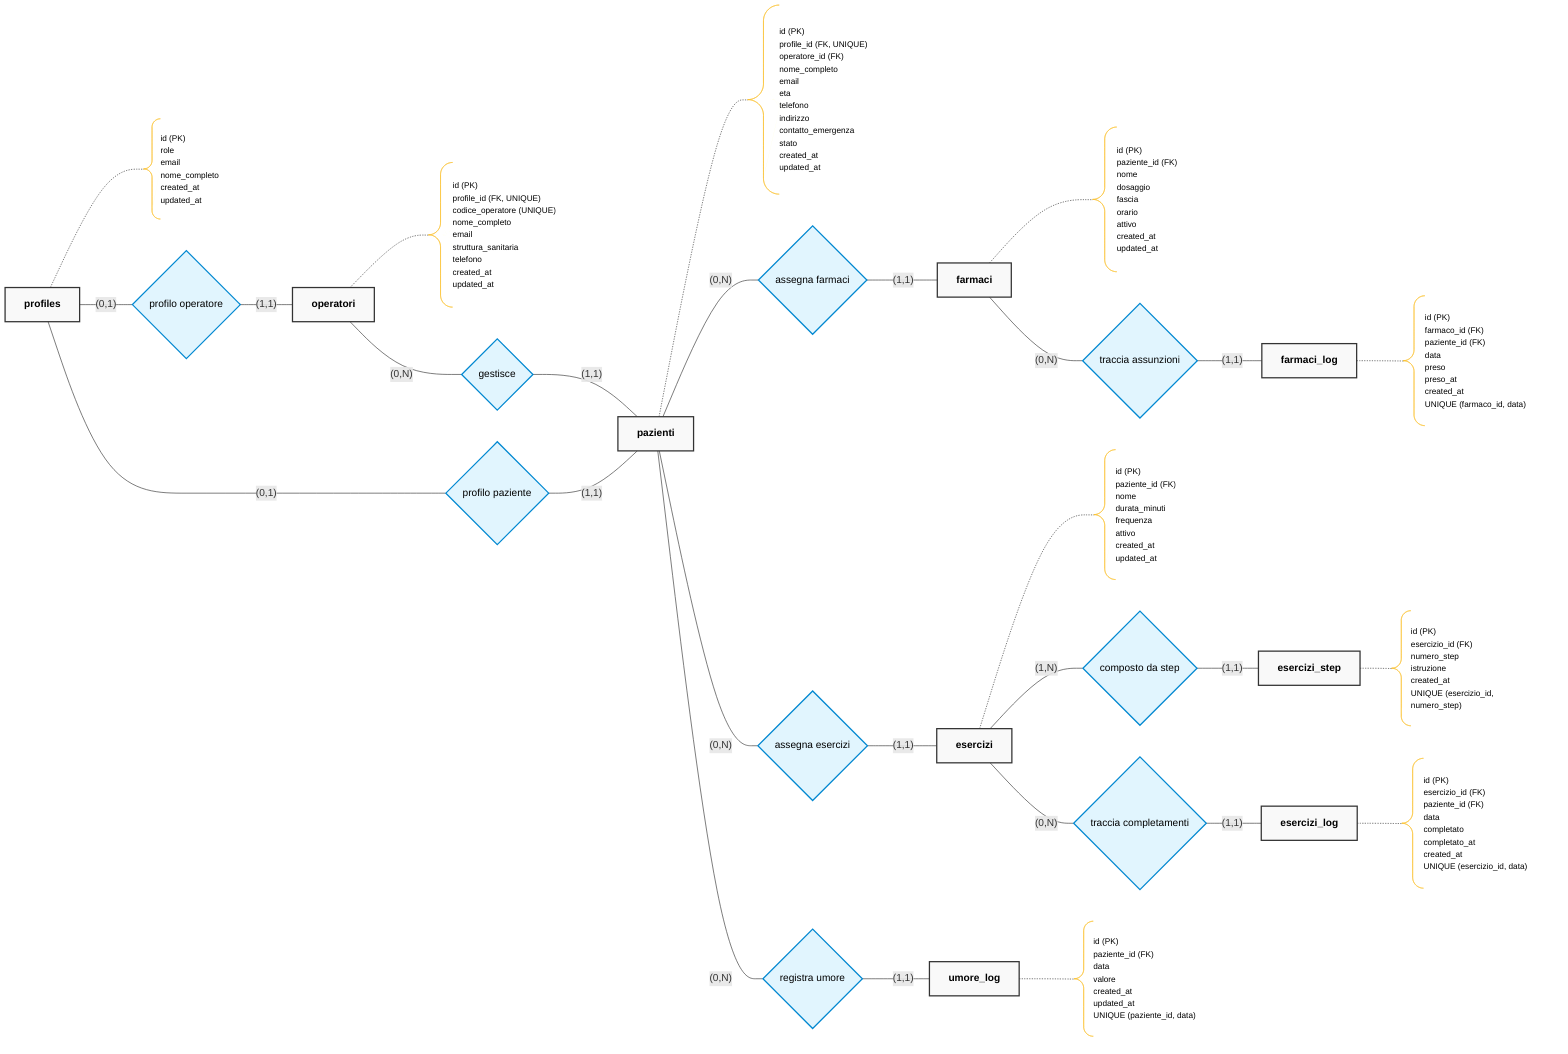
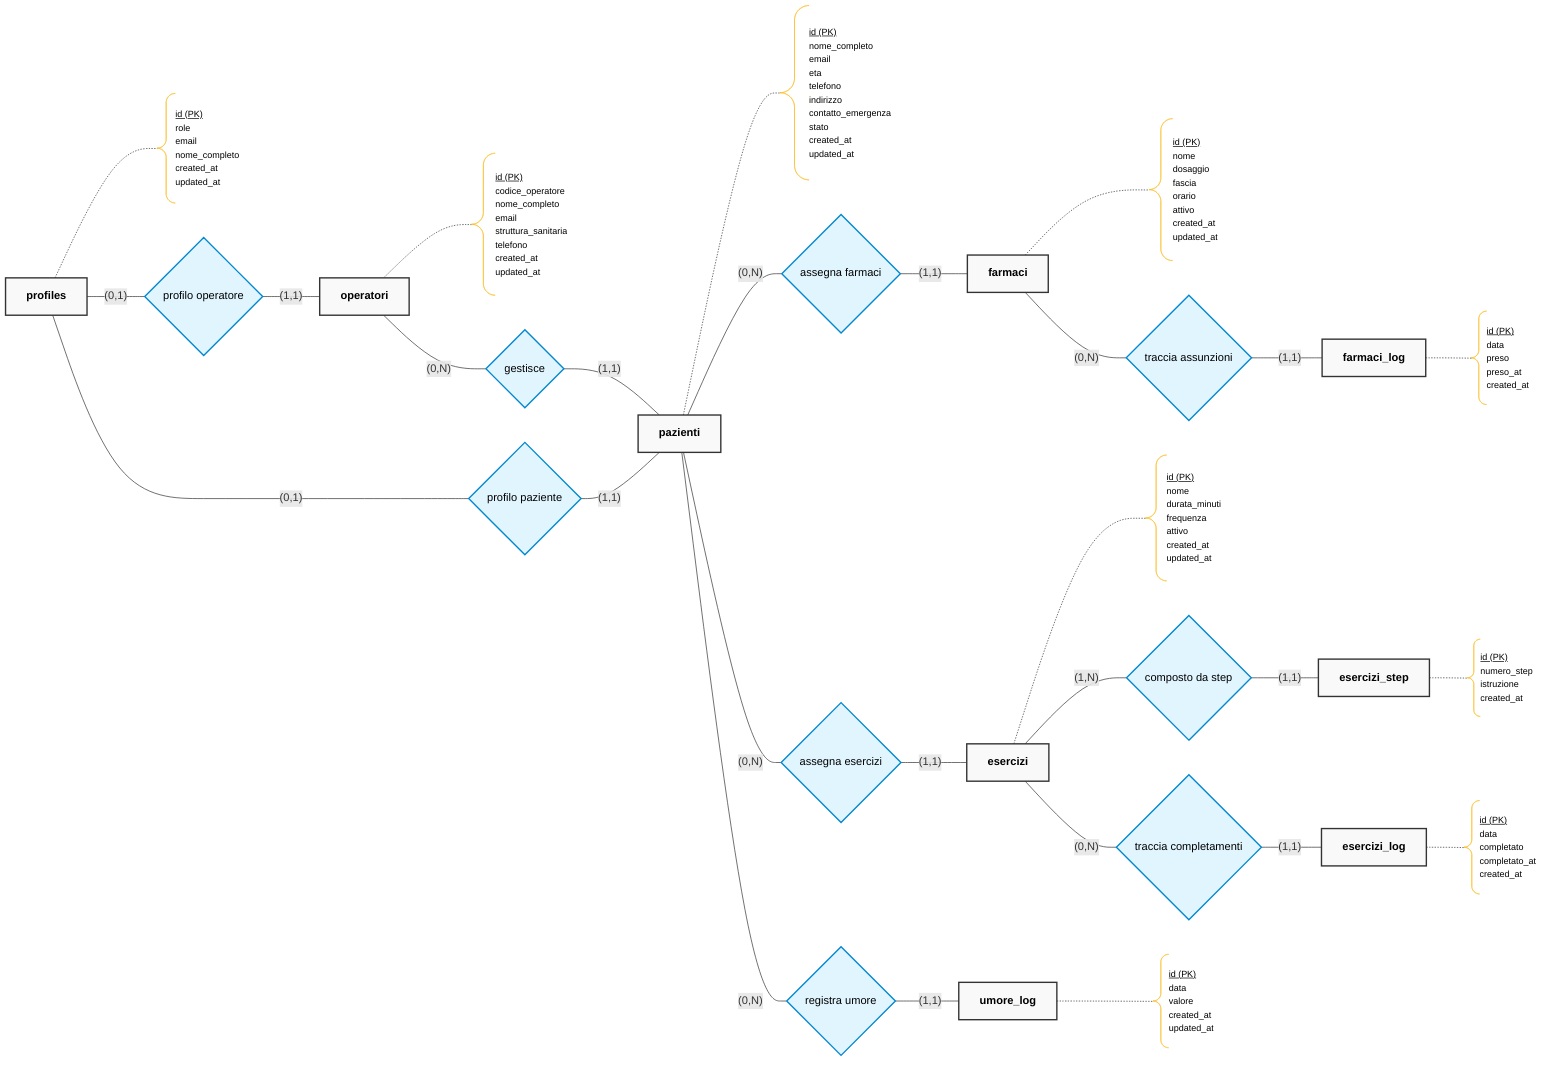
flowchart LR

    %% --- Stili ---
    classDef entity fill:#f9f9f9,stroke:#333,stroke-width:2px,font-weight:bold,color:#000,text-align:center
    classDef relation fill:#e1f5fe,stroke:#0288d1,stroke-width:2px,color:#000,text-align:center
    classDef note fill:#fff9c4,stroke:#fbc02d,stroke-width:1px,color:#000,text-align:left,font-size:13px

    %% --- Entità ---

    Prof["profiles"]:::entity
-     ProfA["id (PK)<br>role<br>email<br>nome_completo<br>created_at<br>updated_at"]:::note
+     ProfA["<u>id (PK)</u><br>role<br>email<br>nome_completo<br>created_at<br>updated_at"]:::note
    ProfA@{ shape: comment }
    Prof -.- ProfA

    Op["operatori"]:::entity
-     OpA["id (PK)<br>profile_id (FK, UNIQUE)<br>codice_operatore (UNIQUE)<br>nome_completo<br>email<br>struttura_sanitaria<br>telefono<br>created_at<br>updated_at"]:::note
+     OpA["<u>id (PK)</u><br>codice_operatore<br>nome_completo<br>email<br>struttura_sanitaria<br>telefono<br>created_at<br>updated_at"]:::note
    OpA@{ shape: comment }
    Op -.- OpA

    Paz["pazienti"]:::entity
-     PazA["id (PK)<br>profile_id (FK, UNIQUE)<br>operatore_id (FK)<br>nome_completo<br>email<br>eta<br>telefono<br>indirizzo<br>contatto_emergenza<br>stato<br>created_at<br>updated_at"]:::note
+     PazA["<u>id (PK)</u><br>nome_completo<br>email<br>eta<br>telefono<br>indirizzo<br>contatto_emergenza<br>stato<br>created_at<br>updated_at"]:::note
    PazA@{ shape: comment }
    Paz -.- PazA

    Far["farmaci"]:::entity
-     FarA["id (PK)<br>paziente_id (FK)<br>nome<br>dosaggio<br>fascia<br>orario<br>attivo<br>created_at<br>updated_at"]:::note
+     FarA["<u>id (PK)</u><br>nome<br>dosaggio<br>fascia<br>orario<br>attivo<br>created_at<br>updated_at"]:::note
    FarA@{ shape: comment }
    Far -.- FarA

    FarLog["farmaci_log"]:::entity
-     FarLogA["id (PK)<br>farmaco_id (FK)<br>paziente_id (FK)<br>data<br>preso<br>preso_at<br>created_at<br>UNIQUE (farmaco_id, data)"]:::note
+     FarLogA["<u>id (PK)</u><br>data<br>preso<br>preso_at<br>created_at"]:::note
    FarLogA@{ shape: comment }
    FarLog -.- FarLogA

    Es["esercizi"]:::entity
-     EsA["id (PK)<br>paziente_id (FK)<br>nome<br>durata_minuti<br>frequenza<br>attivo<br>created_at<br>updated_at"]:::note
+     EsA["<u>id (PK)</u><br>nome<br>durata_minuti<br>frequenza<br>attivo<br>created_at<br>updated_at"]:::note
    EsA@{ shape: comment }
    Es -.- EsA

    Step["esercizi_step"]:::entity
-     StepA["id (PK)<br>esercizio_id (FK)<br>numero_step<br>istruzione<br>created_at<br>UNIQUE (esercizio_id, numero_step)"]:::note
+     StepA["<u>id (PK)</u><br>numero_step<br>istruzione<br>created_at"]:::note
    StepA@{ shape: comment }
    Step -.- StepA

    EsLog["esercizi_log"]:::entity
-     EsLogA["id (PK)<br>esercizio_id (FK)<br>paziente_id (FK)<br>data<br>completato<br>completato_at<br>created_at<br>UNIQUE (esercizio_id, data)"]:::note
+     EsLogA["<u>id (PK)</u><br>data<br>completato<br>completato_at<br>created_at"]:::note
    EsLogA@{ shape: comment }
    EsLog -.- EsLogA

    Um["umore_log"]:::entity
-     UmA["id (PK)<br>paziente_id (FK)<br>data<br>valore<br>created_at<br>updated_at<br>UNIQUE (paziente_id, data)"]:::note
+     UmA["<u>id (PK)</u><br>data<br>valore<br>created_at<br>updated_at"]:::note
    UmA@{ shape: comment }
    Um -.- UmA

    %% --- Relazioni (Rombi) ---

    R1{"profilo operatore"}:::relation
    R2{"profilo paziente"}:::relation
    R3{"gestisce"}:::relation
    R4{"assegna farmaci"}:::relation
    R5{"traccia assunzioni"}:::relation
    R6{"assegna esercizi"}:::relation
    R7{"composto da step"}:::relation
    R8{"traccia completamenti"}:::relation
    R9{"registra umore"}:::relation

    %% --- Collegamenti Strutturali con Cardinalità ---

    Prof ---|"(0,1)"| R1 ---|"(1,1)"| Op
    Prof ---|"(0,1)"| R2 ---|"(1,1)"| Paz
    Op ---|"(0,N)"| R3 ---|"(1,1)"| Paz
    Paz ---|"(0,N)"| R4 ---|"(1,1)"| Far
    Far ---|"(0,N)"| R5 ---|"(1,1)"| FarLog
    Paz ---|"(0,N)"| R6 ---|"(1,1)"| Es
    Es ---|"(1,N)"| R7 ---|"(1,1)"| Step
    Es ---|"(0,N)"| R8 ---|"(1,1)"| EsLog
    Paz ---|"(0,N)"| R9 ---|"(1,1)"| Um